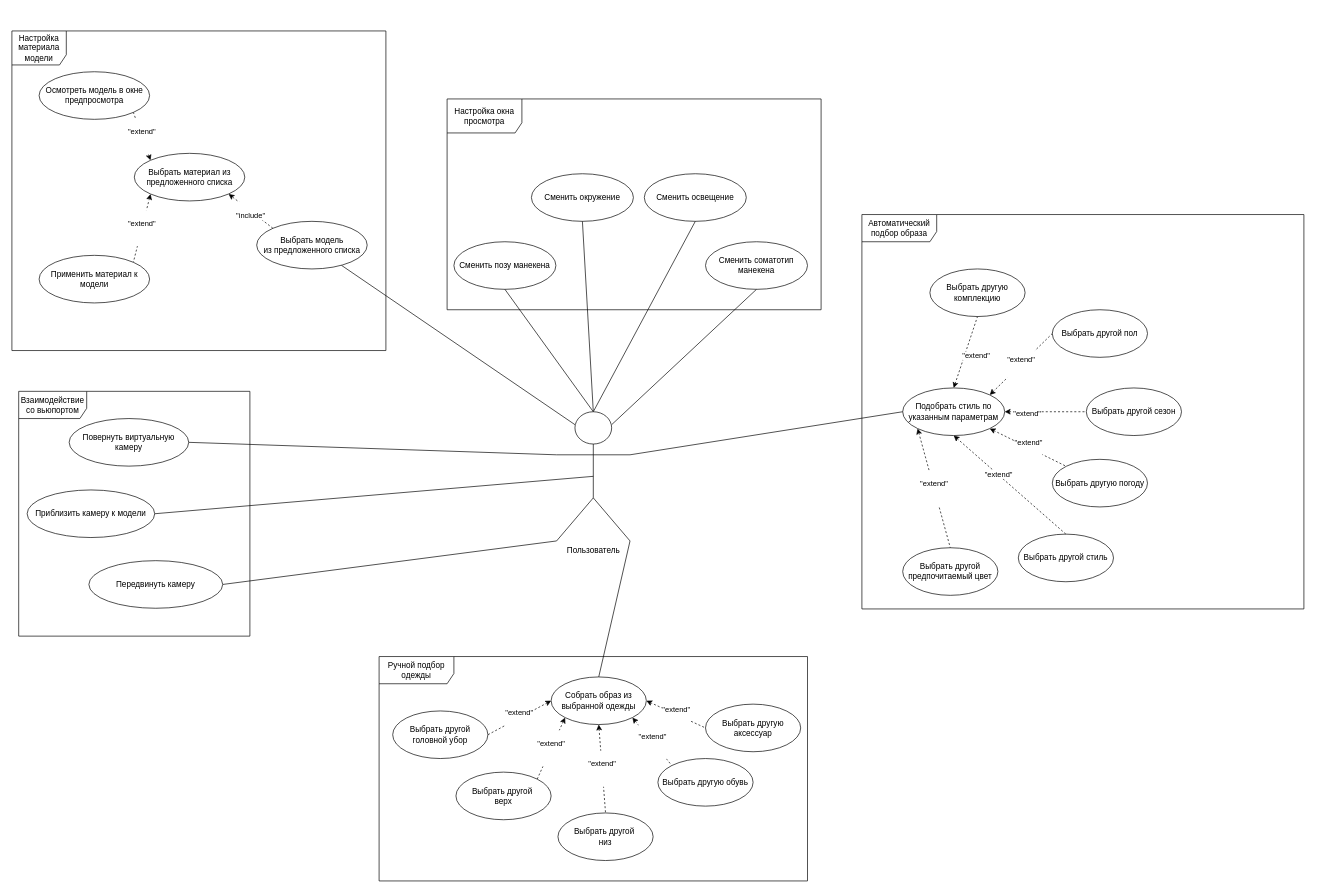
TimmyChannel/Your-Own-Stylits keeps this draw.io diagram as Docs/UseCase.drawio. Above is the earlier version. Source tidied: cells renumbered, new cells numbered last; positions are measured from the earlier drawing's top-left corner, leaving out a move shared by most shapes. Both pictures are drawn from the tidied source at 68%, with x=0, y=0 at pixel (12, 31).
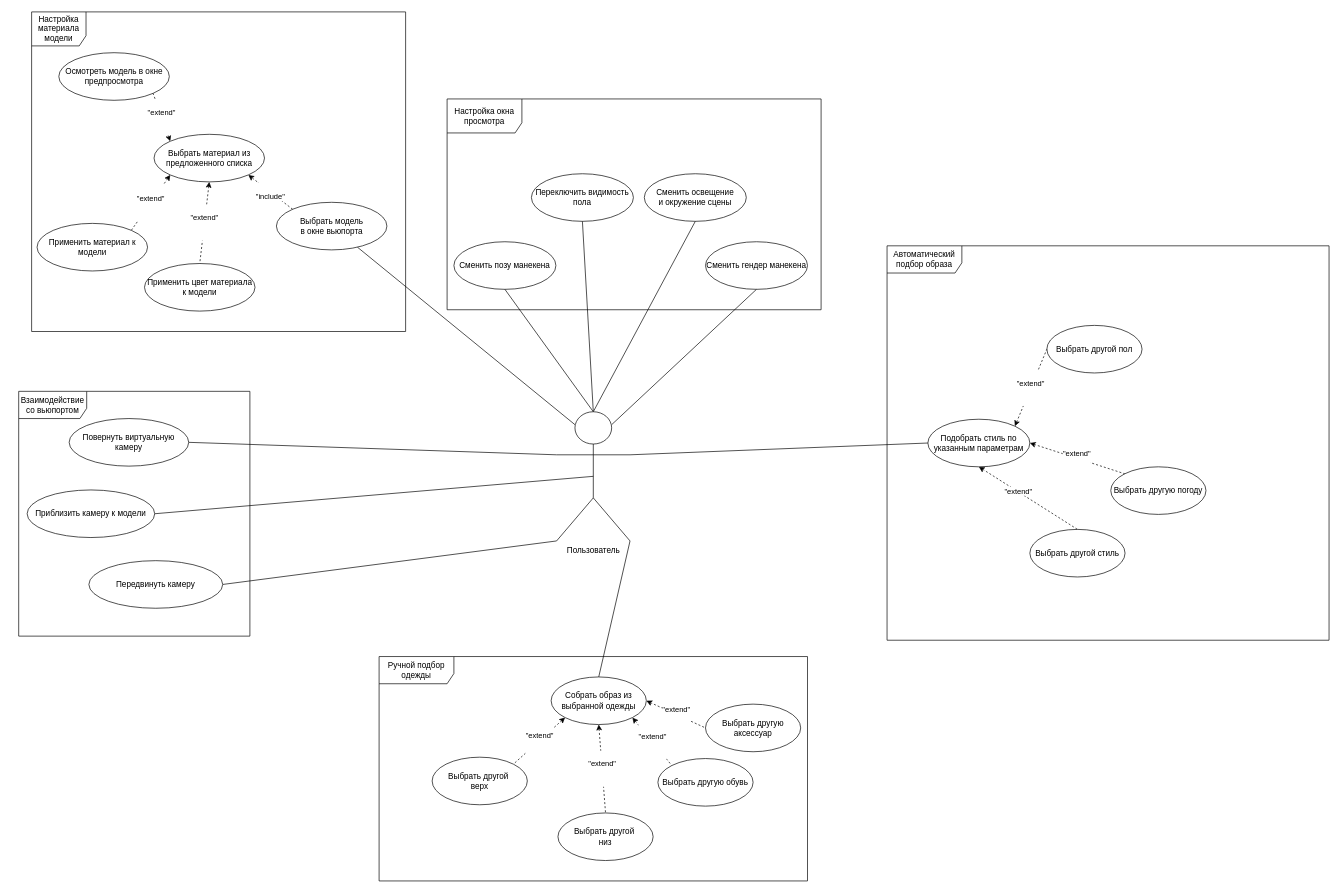
Above is the later version.

Commit message (it also covers changes not shown here):
Little Fixes in the Code and Redesigns the Class and UseCase Diagram

Unchanged cells that the change refers to:
```xml
<mxCell id="2" value="Настройка окна просмотра" style="shape=umlFrame;whiteSpace=wrap;html=1;width=110;height=50;" parent="1" vertex="1">
  <mxGeometry x="640" y="100" width="550" height="310" as="geometry" />
</mxCell>
<mxCell id="7" value="Ручной подбор одежды" style="shape=umlFrame;whiteSpace=wrap;html=1;width=110;height=40;" parent="1" vertex="1">
  <mxGeometry x="540" y="920" width="630" height="330" as="geometry" />
</mxCell>
<mxCell id="13" value="Собрать образ из выбранной одежды" style="ellipse;whiteSpace=wrap;html=1;" parent="7" vertex="1">
  <mxGeometry x="253" y="30" width="140" height="70" as="geometry" />
</mxCell>
<mxCell id="33" value="Подобрать стиль по указанным параметрам" style="ellipse;whiteSpace=wrap;html=1;" parent="19" vertex="1">
  <mxGeometry x="60" y="255" width="150" height="70" as="geometry" />
</mxCell>
<mxCell id="53" value="Выбрать материал из предложенного списка" style="ellipse;whiteSpace=wrap;html=1;" parent="46" vertex="1">
  <mxGeometry x="180" y="180" width="162.5" height="70" as="geometry" />
</mxCell>
```

What changed in the source:
```diff
@@
-    <mxCell id="3" value="Сменить окружение" style="ellipse;whiteSpace=wrap;html=1;" parent="2" vertex="1">
+    <mxCell id="3" value="Переключить видимость пола" style="ellipse;whiteSpace=wrap;html=1;" parent="2" vertex="1">
       <mxGeometry x="124" y="110" width="150" height="70" as="geometry" />
     </mxCell>
-    <mxCell id="4" value="Сменить освещение" style="ellipse;whiteSpace=wrap;html=1;" parent="2" vertex="1">
+    <mxCell id="4" value="Сменить освещение&lt;br&gt;и окружение сцены" style="ellipse;whiteSpace=wrap;html=1;" parent="2" vertex="1">
       <mxGeometry x="290" y="110" width="150" height="70" as="geometry" />
     </mxCell>
@@
-    <mxCell id="6" value="Сменить соматотип манекена" style="ellipse;whiteSpace=wrap;html=1;" parent="2" vertex="1">
+    <mxCell id="6" value="Сменить гендер манекена" style="ellipse;whiteSpace=wrap;html=1;" parent="2" vertex="1">
       <mxGeometry x="380" y="210" width="150" height="70" as="geometry" />
     </mxCell>
@@
-    <mxCell id="12" value="&#10;&lt;span style=&quot;color: rgb(0, 0, 0); font-family: Helvetica; font-size: 11px; font-style: normal; font-variant-ligatures: normal; font-variant-caps: normal; font-weight: 400; letter-spacing: normal; orphans: 2; text-align: center; text-indent: 0px; text-transform: none; widows: 2; word-spacing: 0px; -webkit-text-stroke-width: 0px; background-color: rgb(255, 255, 255); text-decoration-thickness: initial; text-decoration-style: initial; text-decoration-color: initial; float: none; display: inline !important;&quot;&gt;&quot;extend&quot;&lt;/span&gt;&#10;&#10;" style="edgeStyle=none;shape=connector;rounded=0;jettySize=auto;html=1;exitX=0;exitY=0.5;exitDx=0;exitDy=0;entryX=1;entryY=0.5;entryDx=0;entryDy=0;dashed=1;labelBackgroundColor=default;fontFamily=Helvetica;fontSize=11;fontColor=default;startArrow=classic;startFill=1;endArrow=none;endFill=0;endSize=12;strokeColor=default;" parent="7" edge="1" source="13" target="18">
-      <mxGeometry relative="1" as="geometry" />
-    </mxCell>
@@
     <mxCell id="17" value="Выбрать другой&amp;nbsp;&lt;br&gt;верх" style="ellipse;whiteSpace=wrap;html=1;" parent="7" vertex="1">
-      <mxGeometry x="113" y="170" width="140" height="70" as="geometry" />
+      <mxGeometry x="78" y="148" width="140" height="70" as="geometry" />
     </mxCell>
-    <mxCell id="18" value="Выбрать другой головной убор" style="ellipse;whiteSpace=wrap;html=1;" parent="7" vertex="1">
-      <mxGeometry x="20" y="80" width="140" height="70" as="geometry" />
-    </mxCell>
     <mxCell id="19" value="Автоматический подбор образа" style="shape=umlFrame;whiteSpace=wrap;html=1;width=110;height=40;" parent="1" vertex="1">
-      <mxGeometry x="1250" y="270" width="650" height="580" as="geometry" />
+      <mxGeometry x="1287" y="316" width="650" height="580" as="geometry" />
     </mxCell>
     <mxCell id="20" value="Выбрать другой пол" style="ellipse;whiteSpace=wrap;html=1;" parent="19" vertex="1">
-      <mxGeometry x="280" y="140" width="140" height="70" as="geometry" />
+      <mxGeometry x="235" y="117" width="140" height="70" as="geometry" />
     </mxCell>
-    <mxCell id="21" value="Выбрать другой сезон" style="ellipse;whiteSpace=wrap;html=1;" parent="19" vertex="1">
-      <mxGeometry x="330" y="255" width="140" height="70" as="geometry" />
-    </mxCell>
     <mxCell id="22" value="Выбрать другую погоду" style="ellipse;whiteSpace=wrap;html=1;" parent="19" vertex="1">
-      <mxGeometry x="280" y="360" width="140" height="70" as="geometry" />
+      <mxGeometry x="329" y="325" width="140" height="70" as="geometry" />
     </mxCell>
     <mxCell id="23" value="Выбрать другой стиль" style="ellipse;whiteSpace=wrap;html=1;" parent="19" vertex="1">
-      <mxGeometry x="230" y="470" width="140" height="70" as="geometry" />
+      <mxGeometry x="210" y="417" width="140" height="70" as="geometry" />
     </mxCell>
-    <mxCell id="24" value="Выбрать другой предпочитаемый цвет" style="ellipse;whiteSpace=wrap;html=1;" parent="19" vertex="1">
-      <mxGeometry x="60" y="490" width="140" height="70" as="geometry" />
-    </mxCell>
-    <mxCell id="25" value="Выбрать другую комплекцию" style="ellipse;whiteSpace=wrap;html=1;" parent="19" vertex="1">
-      <mxGeometry x="100" y="80" width="140" height="70" as="geometry" />
-    </mxCell>
@@
-    <mxCell id="27" style="edgeStyle=none;shape=connector;rounded=0;jettySize=auto;html=1;exitX=1;exitY=0.5;exitDx=0;exitDy=0;entryX=0;entryY=0.5;entryDx=0;entryDy=0;dashed=1;labelBackgroundColor=default;fontFamily=Helvetica;fontSize=11;fontColor=default;endArrow=none;endSize=12;strokeColor=default;startArrow=classic;startFill=1;endFill=0;" parent="19" edge="1" source="33" target="21">
-      <mxGeometry relative="1" as="geometry" />
-    </mxCell>
-    <mxCell id="28" value="&quot;extend&quot;" style="edgeLabel;html=1;align=center;verticalAlign=middle;fontSize=11;fontFamily=Helvetica;fontColor=default;" parent="27" vertex="1">
-      <mxGeometry x="-0.47" y="-2" relative="1" as="geometry" />
-    </mxCell>
-    <mxCell id="29" value="&#10;&lt;span style=&quot;color: rgb(0, 0, 0); font-family: Helvetica; font-size: 11px; font-style: normal; font-variant-ligatures: normal; font-variant-caps: normal; font-weight: 400; letter-spacing: normal; orphans: 2; text-align: center; text-indent: 0px; text-transform: none; widows: 2; word-spacing: 0px; -webkit-text-stroke-width: 0px; background-color: rgb(255, 255, 255); text-decoration-thickness: initial; text-decoration-style: initial; text-decoration-color: initial; float: none; display: inline !important;&quot;&gt;&quot;extend&quot;&lt;/span&gt;&#10;&#10;" style="edgeStyle=none;shape=connector;rounded=0;jettySize=auto;html=1;exitX=1;exitY=1;exitDx=0;exitDy=0;entryX=0;entryY=0;entryDx=0;entryDy=0;dashed=1;labelBackgroundColor=default;fontFamily=Helvetica;fontSize=11;fontColor=default;endArrow=none;endSize=12;strokeColor=default;startArrow=classic;startFill=1;endFill=0;" parent="19" edge="1" source="33" target="22">
+    <mxCell id="29" value="&#10;&lt;span style=&quot;color: rgb(0, 0, 0); font-family: Helvetica; font-size: 11px; font-style: normal; font-variant-ligatures: normal; font-variant-caps: normal; font-weight: 400; letter-spacing: normal; orphans: 2; text-align: center; text-indent: 0px; text-transform: none; widows: 2; word-spacing: 0px; -webkit-text-stroke-width: 0px; background-color: rgb(255, 255, 255); text-decoration-thickness: initial; text-decoration-style: initial; text-decoration-color: initial; float: none; display: inline !important;&quot;&gt;&quot;extend&quot;&lt;/span&gt;&#10;&#10;" style="edgeStyle=none;shape=connector;rounded=0;jettySize=auto;html=1;exitX=1;exitY=0.5;exitDx=0;exitDy=0;entryX=0;entryY=0;entryDx=0;entryDy=0;dashed=1;labelBackgroundColor=default;fontFamily=Helvetica;fontSize=11;fontColor=default;endArrow=none;endSize=12;strokeColor=default;startArrow=classic;startFill=1;endFill=0;" parent="19" edge="1" source="33" target="22">
       <mxGeometry relative="1" as="geometry" />
     </mxCell>
@@
-    <mxCell id="32" value="&#10;&lt;span style=&quot;color: rgb(0, 0, 0); font-family: Helvetica; font-size: 11px; font-style: normal; font-variant-ligatures: normal; font-variant-caps: normal; font-weight: 400; letter-spacing: normal; orphans: 2; text-align: center; text-indent: 0px; text-transform: none; widows: 2; word-spacing: 0px; -webkit-text-stroke-width: 0px; background-color: rgb(255, 255, 255); text-decoration-thickness: initial; text-decoration-style: initial; text-decoration-color: initial; float: none; display: inline !important;&quot;&gt;&quot;extend&quot;&lt;/span&gt;&#10;&#10;" style="edgeStyle=none;shape=connector;rounded=0;jettySize=auto;html=1;exitX=0;exitY=1;exitDx=0;exitDy=0;entryX=0.5;entryY=0;entryDx=0;entryDy=0;dashed=1;labelBackgroundColor=default;fontFamily=Helvetica;fontSize=11;fontColor=default;endArrow=none;endSize=12;strokeColor=default;startArrow=classic;startFill=1;endFill=0;" parent="19" edge="1" source="33" target="24">
-      <mxGeometry relative="1" as="geometry" />
-    </mxCell>
@@
-    <mxCell id="34" value="&quot;extend&quot;" style="endArrow=none;endSize=12;dashed=1;html=1;rounded=0;exitX=0.5;exitY=0;exitDx=0;exitDy=0;entryX=0.5;entryY=1;entryDx=0;entryDy=0;startArrow=classic;startFill=1;endFill=0;" parent="19" edge="1" source="33" target="25">
-      <mxGeometry y="-16" relative="1" as="geometry" />
-    </mxCell>
@@
     <mxCell id="46" value="Настройка материала модели" style="shape=umlFrame;whiteSpace=wrap;html=1;width=80;height=50;" parent="1" vertex="1">
-      <mxGeometry width="550" height="470" as="geometry" />
+      <mxGeometry x="29" y="-28" width="550" height="470" as="geometry" />
     </mxCell>
-    <mxCell id="47" value="Выбрать модель&lt;br&gt;из предложенного списка" style="ellipse;whiteSpace=wrap;html=1;" parent="46" vertex="1">
+    <mxCell id="47" value="Выбрать модель&lt;br&gt;в окне вьюпорта" style="ellipse;whiteSpace=wrap;html=1;" parent="46" vertex="1">
       <mxGeometry x="360" y="280" width="162.5" height="70" as="geometry" />
     </mxCell>
     <mxCell id="48" value="Применить материал к модели" style="ellipse;whiteSpace=wrap;html=1;" parent="46" vertex="1">
-      <mxGeometry x="40" y="330" width="162.5" height="70" as="geometry" />
+      <mxGeometry x="8" y="311" width="162.5" height="70" as="geometry" />
     </mxCell>
@@
+    <mxCell id="58" value="Применить цвет материала к модели" style="ellipse;whiteSpace=wrap;html=1;" parent="46" vertex="1">
+      <mxGeometry x="166" y="370" width="162.5" height="70" as="geometry" />
+    </mxCell>
+    <mxCell id="59" value="&#10;&lt;span style=&quot;color: rgb(0, 0, 0); font-family: Helvetica; font-size: 11px; font-style: normal; font-variant-ligatures: normal; font-variant-caps: normal; font-weight: 400; letter-spacing: normal; orphans: 2; text-align: center; text-indent: 0px; text-transform: none; widows: 2; word-spacing: 0px; -webkit-text-stroke-width: 0px; background-color: rgb(255, 255, 255); text-decoration-thickness: initial; text-decoration-style: initial; text-decoration-color: initial; float: none; display: inline !important;&quot;&gt;&quot;extend&quot;&lt;/span&gt;&#10;&#10;" style="edgeStyle=none;shape=connector;rounded=0;jettySize=auto;html=1;exitX=0.5;exitY=1;exitDx=0;exitDy=0;entryX=0.5;entryY=0;entryDx=0;entryDy=0;dashed=1;labelBackgroundColor=default;fontFamily=Helvetica;fontSize=11;fontColor=default;startArrow=classic;startFill=1;endArrow=none;endFill=0;endSize=12;strokeColor=default;" parent="46" edge="1" source="53" target="58">
+      <mxGeometry relative="1" as="geometry" />
+    </mxCell>
```
